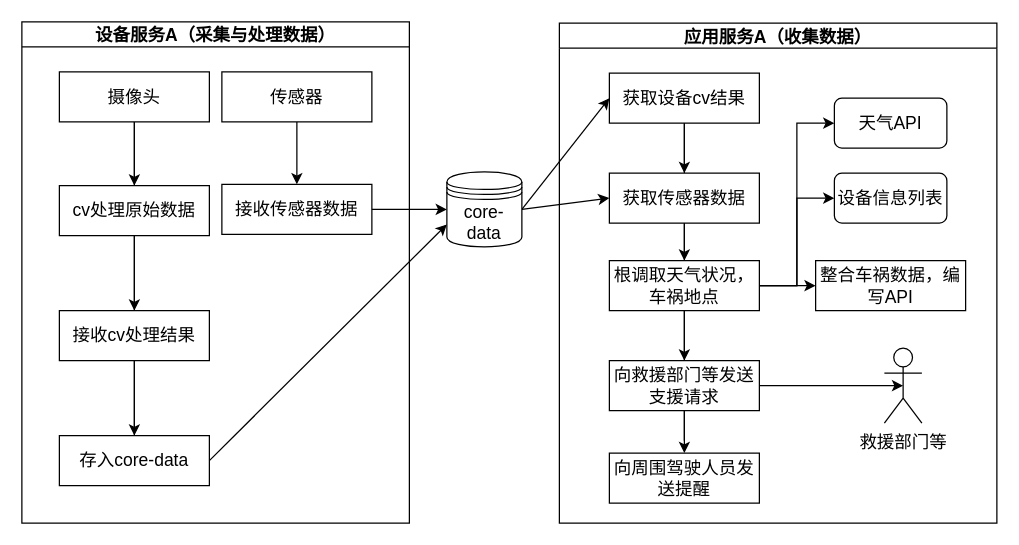
Earlier version of the draw.io diagram Instructions.drawio (Windy810/qilibali-). Source tidied: cells renumbered, new cells numbered last; positions are measured from the earlier drawing's top-left corner, leaving out a move shared by most shapes. Both pictures are drawn from the tidied source at 125%, with x=0, y=0 at pixel (21, 21).
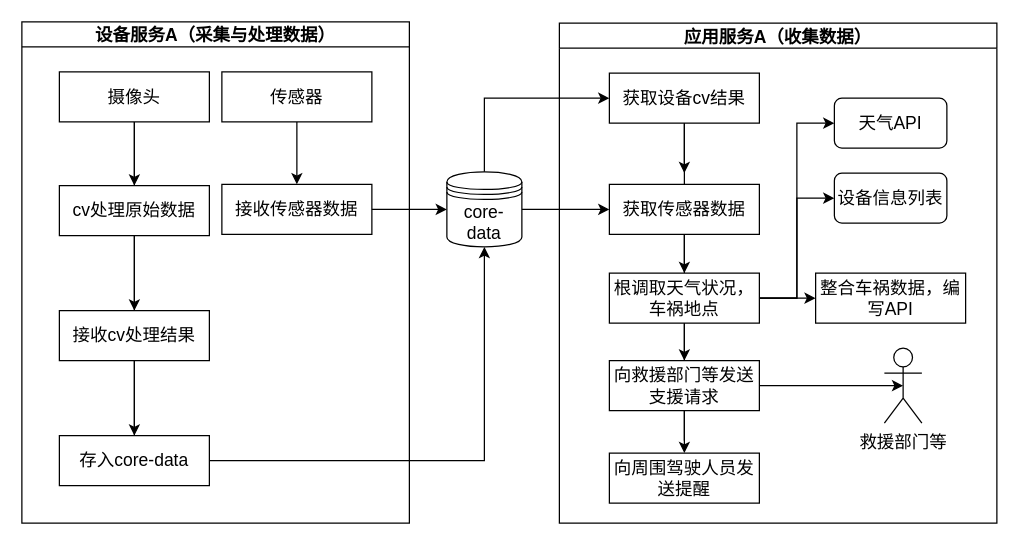
The same page after the edit.

Unchanged cells that the change refers to:
```xml
<mxCell id="12" value="存入core-data" style="whiteSpace=wrap;html=1;newEdgeStyle={&quot;edgeStyle&quot;:&quot;elbowEdgeStyle&quot;,&quot;startArrow&quot;:&quot;none&quot;,&quot;endArrow&quot;:&quot;none&quot;};fontFamily=宋体;fontSize=14;" parent="2" vertex="1">
  <mxGeometry x="30" y="331" width="120" height="40" as="geometry" />
</mxCell>
<mxCell id="18" value="core-data" style="shape=datastore;whiteSpace=wrap;html=1;fontFamily=宋体;fontSize=14;" parent="1" vertex="1">
  <mxGeometry x="340" y="120" width="60" height="60" as="geometry" />
</mxCell>
<mxCell id="19" value="应用服务A（收集数据）" style="swimlane;startSize=20;horizontal=1;containerType=tree;fontFamily=宋体;fontSize=14;" parent="1" vertex="1">
  <mxGeometry x="430" y="1" width="350" height="400" as="geometry" />
</mxCell>
<mxCell id="21" value="获取设备cv结果" style="whiteSpace=wrap;html=1;newEdgeStyle={&quot;edgeStyle&quot;:&quot;elbowEdgeStyle&quot;,&quot;startArrow&quot;:&quot;none&quot;,&quot;endArrow&quot;:&quot;none&quot;};fontFamily=宋体;fontSize=14;" parent="19" vertex="1">
  <mxGeometry x="40" y="40" width="120" height="40" as="geometry" />
</mxCell>
```

Change to the diagram source:
```diff
@@
+    <mxCell id="17" style="edgeStyle=none;html=1;exitX=1;exitY=0.5;exitDx=0;exitDy=0;entryX=0;entryY=0.5;entryDx=0;entryDy=0;fontFamily=宋体;fontSize=14;" parent="1" edge="1" source="18" target="23">
+      <mxGeometry relative="1" as="geometry" />
+    </mxCell>
-    <mxCell id="16" style="edgeStyle=none;html=1;exitX=1;exitY=0.5;exitDx=0;exitDy=0;entryX=0;entryY=0.5;entryDx=0;entryDy=0;fontFamily=宋体;fontSize=14;" parent="1" edge="1" source="18" target="21">
+    <mxCell id="16" style="edgeStyle=orthogonalEdgeStyle;rounded=0;jettySize=auto;html=1;exitX=0.5;exitY=0;exitDx=0;exitDy=0;entryX=0;entryY=0.5;entryDx=0;entryDy=0;fontFamily=宋体;fontSize=14;" parent="1" edge="1" source="18" target="21">
       <mxGeometry relative="1" as="geometry" />
     </mxCell>
-    <mxCell id="17" style="edgeStyle=none;html=1;exitX=1;exitY=0.5;exitDx=0;exitDy=0;entryX=0;entryY=0.5;entryDx=0;entryDy=0;fontFamily=宋体;fontSize=14;" parent="1" edge="1" source="18" target="23">
-      <mxGeometry relative="1" as="geometry" />
-    </mxCell>
@@
     <mxCell id="23" value="获取传感器数据" style="whiteSpace=wrap;html=1;newEdgeStyle={&quot;edgeStyle&quot;:&quot;elbowEdgeStyle&quot;,&quot;startArrow&quot;:&quot;none&quot;,&quot;endArrow&quot;:&quot;none&quot;};fontFamily=宋体;fontSize=14;" parent="19" vertex="1">
-      <mxGeometry x="40" y="120" width="120" height="40" as="geometry" />
+      <mxGeometry x="40" y="129" width="120" height="40" as="geometry" />
     </mxCell>
@@
     <mxCell id="29" value="根调取天气状况，车祸地点" style="whiteSpace=wrap;html=1;newEdgeStyle={&quot;edgeStyle&quot;:&quot;elbowEdgeStyle&quot;,&quot;startArrow&quot;:&quot;none&quot;,&quot;endArrow&quot;:&quot;none&quot;};fontFamily=宋体;fontSize=14;" parent="19" vertex="1">
-      <mxGeometry x="40" y="190" width="120" height="40" as="geometry" />
+      <mxGeometry x="40" y="200" width="120" height="40" as="geometry" />
     </mxCell>
@@
     <mxCell id="33" value="整合车祸数据，编写API" style="whiteSpace=wrap;html=1;newEdgeStyle={&quot;edgeStyle&quot;:&quot;elbowEdgeStyle&quot;,&quot;startArrow&quot;:&quot;none&quot;,&quot;endArrow&quot;:&quot;none&quot;};fontFamily=宋体;fontSize=14;" parent="19" vertex="1">
-      <mxGeometry x="205" y="190" width="120" height="40" as="geometry" />
+      <mxGeometry x="205" y="200" width="120" height="40" as="geometry" />
     </mxCell>
@@
+    <mxCell id="42" style="edgeStyle=orthogonalEdgeStyle;rounded=0;jettySize=auto;html=1;exitX=0.5;exitY=1;exitDx=0;exitDy=0;fontFamily=宋体;fontSize=14;" parent="1" edge="1" source="21">
+      <mxGeometry relative="1" as="geometry">
+        <mxPoint x="530" y="121" as="targetPoint" />
+      </mxGeometry>
+    </mxCell>
-    <mxCell id="41" style="edgeStyle=none;html=1;exitX=1;exitY=0.5;exitDx=0;exitDy=0;entryX=0;entryY=0.7;entryDx=0;entryDy=0;fontFamily=宋体;fontSize=14;" parent="1" edge="1" source="12" target="18">
+    <mxCell id="41" style="edgeStyle=orthogonalEdgeStyle;rounded=0;jettySize=auto;html=1;exitX=1;exitY=0.5;exitDx=0;exitDy=0;entryX=0.5;entryY=1;entryDx=0;entryDy=0;fontFamily=宋体;fontSize=14;" parent="1" edge="1" source="12" target="18">
       <mxGeometry relative="1" as="geometry" />
     </mxCell>
-    <mxCell id="42" style="edgeStyle=orthogonalEdgeStyle;rounded=0;jettySize=auto;html=1;exitX=0.5;exitY=1;exitDx=0;exitDy=0;fontFamily=宋体;fontSize=14;" parent="1" edge="1" source="21">
-      <mxGeometry relative="1" as="geometry">
-        <mxPoint x="530" y="121" as="targetPoint" />
-      </mxGeometry>
-    </mxCell>
```
